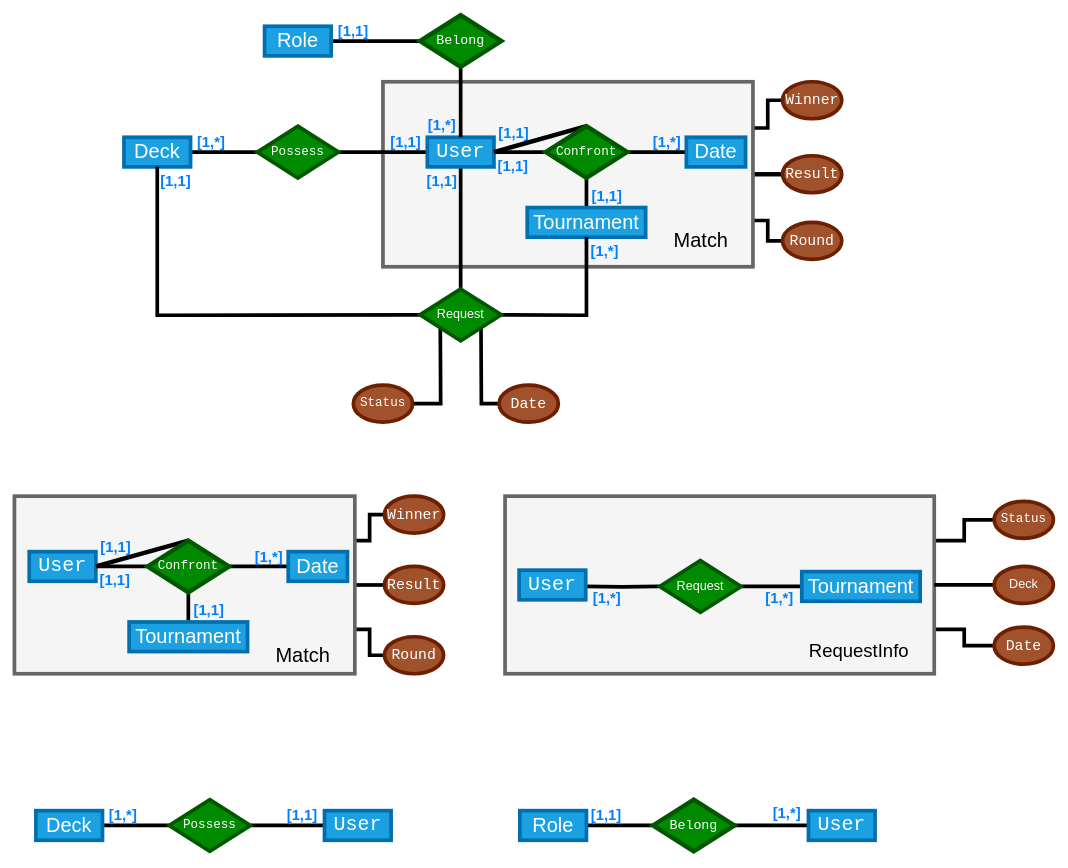
Above: img/Diagrama sin título.drawio in davidalba2001/Numeric-Methods (draw.io), before the change. Source tidied: cells renumbered, new cells numbered last; positions are measured from the earlier drawing's top-left corner, leaving out a move shared by most shapes. Both pictures are drawn from the tidied source at 74%, with x=0, y=0 at pixel (14, 15).
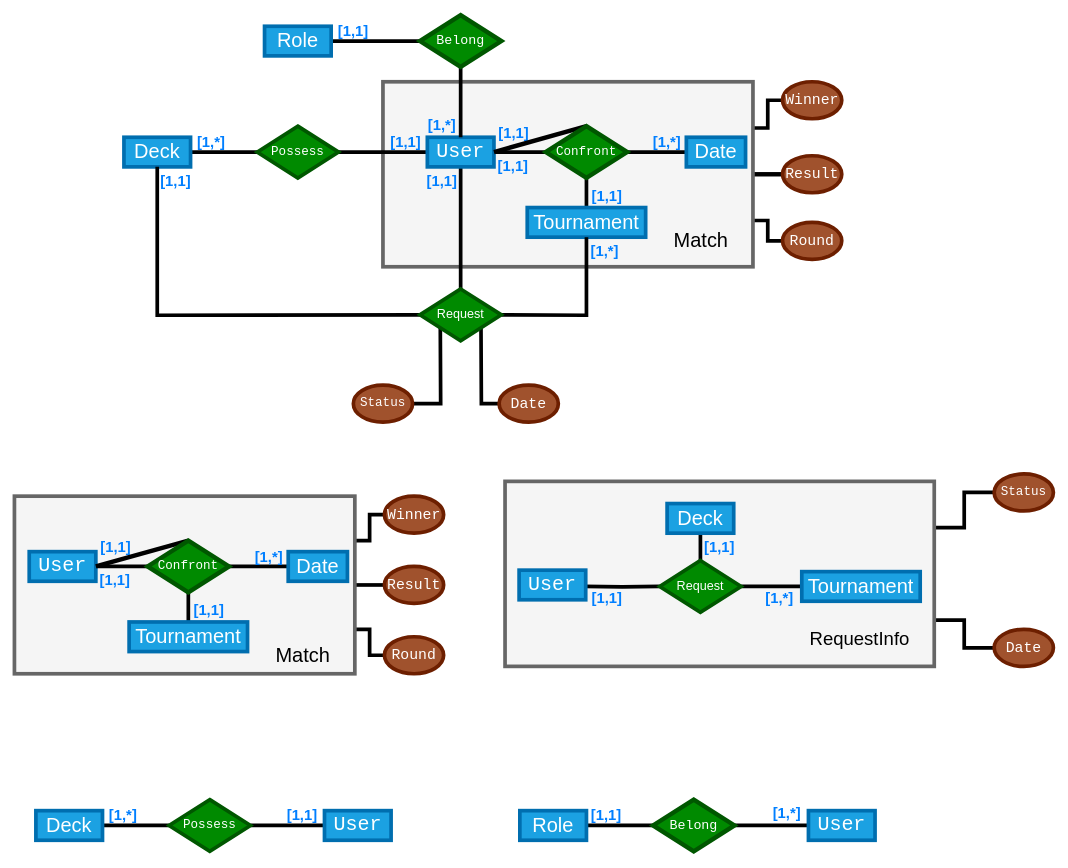
Above is the later version.

Unchanged cells that the change refers to:
```xml
<mxCell id="81" value="&lt;font style=&quot;font-size: 17px;&quot;&gt;Request&lt;/font&gt; " style="rhombus;whiteSpace=wrap;html=1;fillColor=#008a00;fontColor=#ffffff;strokeColor=#005700;strokeWidth=5;" parent="1" vertex="1">
  <mxGeometry x="872" y="737" width="110" height="70" as="geometry" />
</mxCell>
```

Diff of the diagram source:
```diff
@@
     <mxCell id="72" value="&lt;pre dir=&quot;ltr&quot; style=&quot;text-align: left; font-size: 11px;&quot; id=&quot;tw-target-text&quot; class=&quot;tw-data-text tw-text-large tw-ta&quot;&gt;&lt;font style=&quot;font-size: 20px;&quot;&gt;Date&lt;/font&gt;&lt;/pre&gt;" style="ellipse;whiteSpace=wrap;html=1;fillColor=#a0522d;strokeColor=#6D1F00;fontColor=#ffffff;strokeWidth=5;" parent="1" vertex="1">
-      <mxGeometry x="1324" y="827" width="80" height="50" as="geometry" />
+      <mxGeometry x="1324" y="830" width="80" height="50" as="geometry" />
     </mxCell>
@@
     <mxCell id="74" value="&lt;pre dir=&quot;ltr&quot; style=&quot;text-align: left; font-size: 11px;&quot; id=&quot;tw-target-text&quot; class=&quot;tw-data-text tw-text-large tw-ta&quot;&gt;&lt;font style=&quot;font-size: 17px;&quot;&gt;Status&lt;/font&gt;&lt;br&gt;&lt;/pre&gt;" style="ellipse;whiteSpace=wrap;html=1;fillColor=#a0522d;strokeColor=#6D1F00;fontColor=#ffffff;strokeWidth=5;" parent="1" vertex="1">
-      <mxGeometry x="1324" y="657" width="80" height="50" as="geometry" />
+      <mxGeometry x="1324" y="620" width="80" height="50" as="geometry" />
     </mxCell>
     <mxCell id="75" style="rounded=0;whiteSpace=wrap;html=1;fillColor=#f5f5f5;fontColor=#333333;strokeColor=#666666;strokeWidth=5;" parent="1" vertex="1">
-      <mxGeometry x="663" y="650" width="580" height="240" as="geometry" />
+      <mxGeometry x="663" y="630" width="580" height="250" as="geometry" />
     </mxCell>
@@
+    <mxCell id="102" style="edgeStyle=orthogonalEdgeStyle;rounded=0;jettySize=auto;html=1;strokeWidth=5;endArrow=none;endFill=0;" parent="1" edge="1" source="81" target="101">
+      <mxGeometry relative="1" as="geometry" />
+    </mxCell>
@@
-    <mxCell id="82" value="&lt;b&gt;&lt;font color=&quot;#007fff&quot; style=&quot;font-size: 20px;&quot;&gt;[1,*]&lt;/font&gt;&lt;/b&gt;" style="text;html=1;strokeColor=none;fillColor=none;align=center;verticalAlign=middle;whiteSpace=wrap;rounded=0;" parent="1" vertex="1">
+    <mxCell id="82" value="&lt;b&gt;&lt;font color=&quot;#007fff&quot; style=&quot;font-size: 20px;&quot;&gt;[1,1]&lt;/font&gt;&lt;/b&gt;" style="text;html=1;strokeColor=none;fillColor=none;align=center;verticalAlign=middle;whiteSpace=wrap;rounded=0;" parent="1" vertex="1">
       <mxGeometry x="781" y="776.5" width="40" height="20" as="geometry" />
     </mxCell>
@@
     <mxCell id="84" value="&lt;font style=&quot;font-size: 25px;&quot;&gt;RequestInfo&lt;/font&gt;" style="text;whiteSpace=wrap;html=1;" parent="1" vertex="1">
-      <mxGeometry x="1072" y="837" width="110" height="30" as="geometry" />
+      <mxGeometry x="1073" y="820" width="110" height="30" as="geometry" />
     </mxCell>
@@
-    <mxCell id="100" style="edgeStyle=orthogonalEdgeStyle;rounded=0;jettySize=auto;html=1;exitX=0;exitY=0.5;exitDx=0;exitDy=0;entryX=1;entryY=0.5;entryDx=0;entryDy=0;endArrow=none;endFill=0;strokeWidth=5;" parent="1" edge="1" source="101" target="75">
-      <mxGeometry relative="1" as="geometry" />
-    </mxCell>
-    <mxCell id="101" value="&lt;font style=&quot;font-size: 17px;&quot;&gt;Deck&lt;/font&gt;" style="ellipse;whiteSpace=wrap;html=1;fillColor=#a0522d;strokeColor=#6D1F00;fontColor=#ffffff;strokeWidth=5;" parent="1" vertex="1">
-      <mxGeometry x="1324" y="745" width="80" height="50" as="geometry" />
+    <mxCell id="101" value="&lt;font style=&quot;font-size: 27px;&quot;&gt;Deck&lt;/font&gt;" style="rounded=0;whiteSpace=wrap;html=1;fillColor=#1ba1e2;strokeColor=#006EAF;fontColor=#ffffff;strokeWidth=5;" parent="1" vertex="1">
+      <mxGeometry x="882" y="660" width="90" height="40" as="geometry" />
     </mxCell>
+    <mxCell id="103" value="&lt;b&gt;&lt;font color=&quot;#007fff&quot; style=&quot;font-size: 20px;&quot;&gt;[1,1]&lt;/font&gt;&lt;/b&gt;" style="text;html=1;strokeColor=none;fillColor=none;align=center;verticalAlign=middle;whiteSpace=wrap;rounded=0;" parent="1" vertex="1">
+      <mxGeometry x="933" y="708" width="40" height="20" as="geometry" />
+    </mxCell>
```
